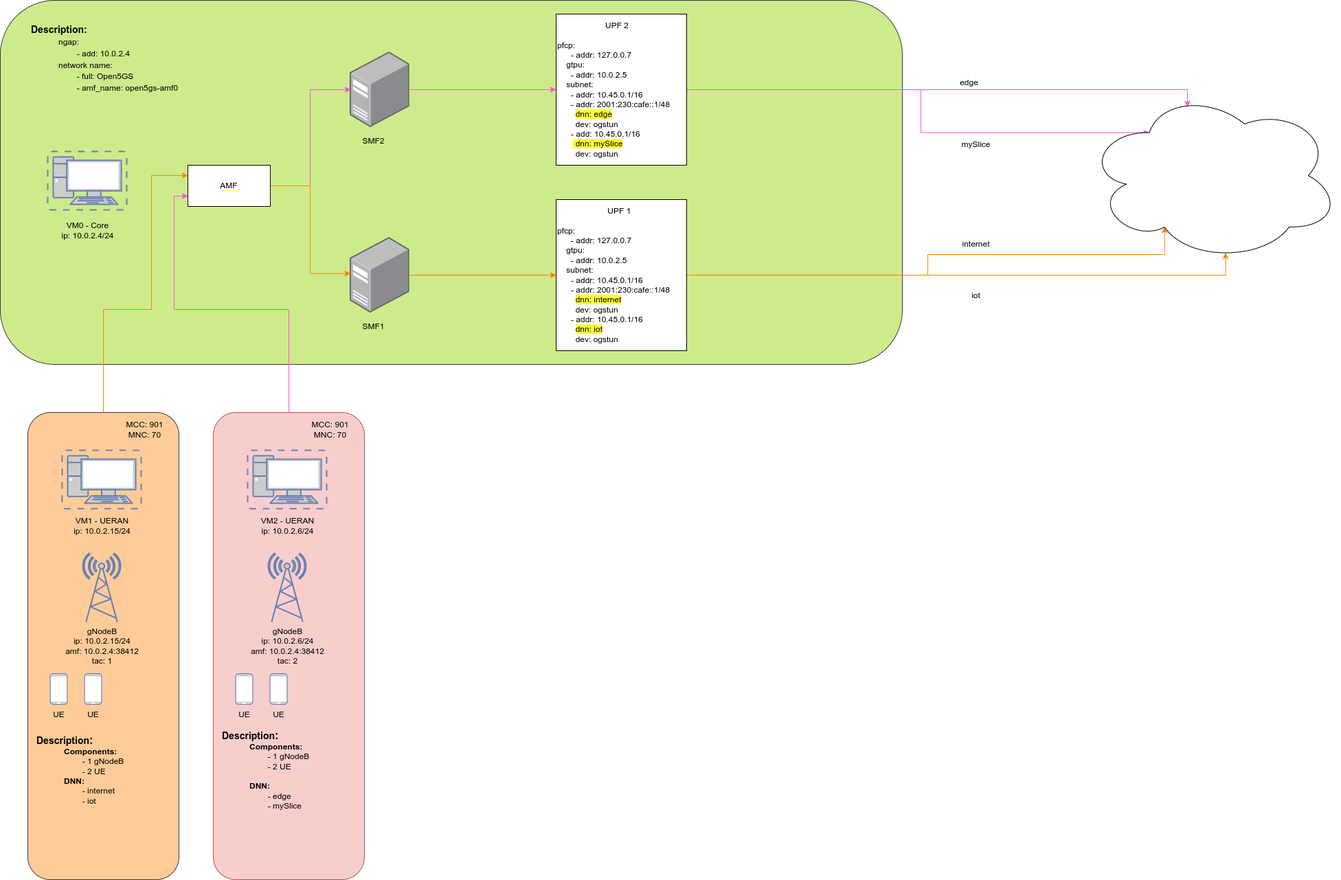
Above: Architecture.drawio.png in rodrigo740/5G-System (draw.io), before the change. Source tidied: cells renumbered, new cells last; positions are measured from the earlier drawing's top-left corner, leaving out a move shared by most shapes.
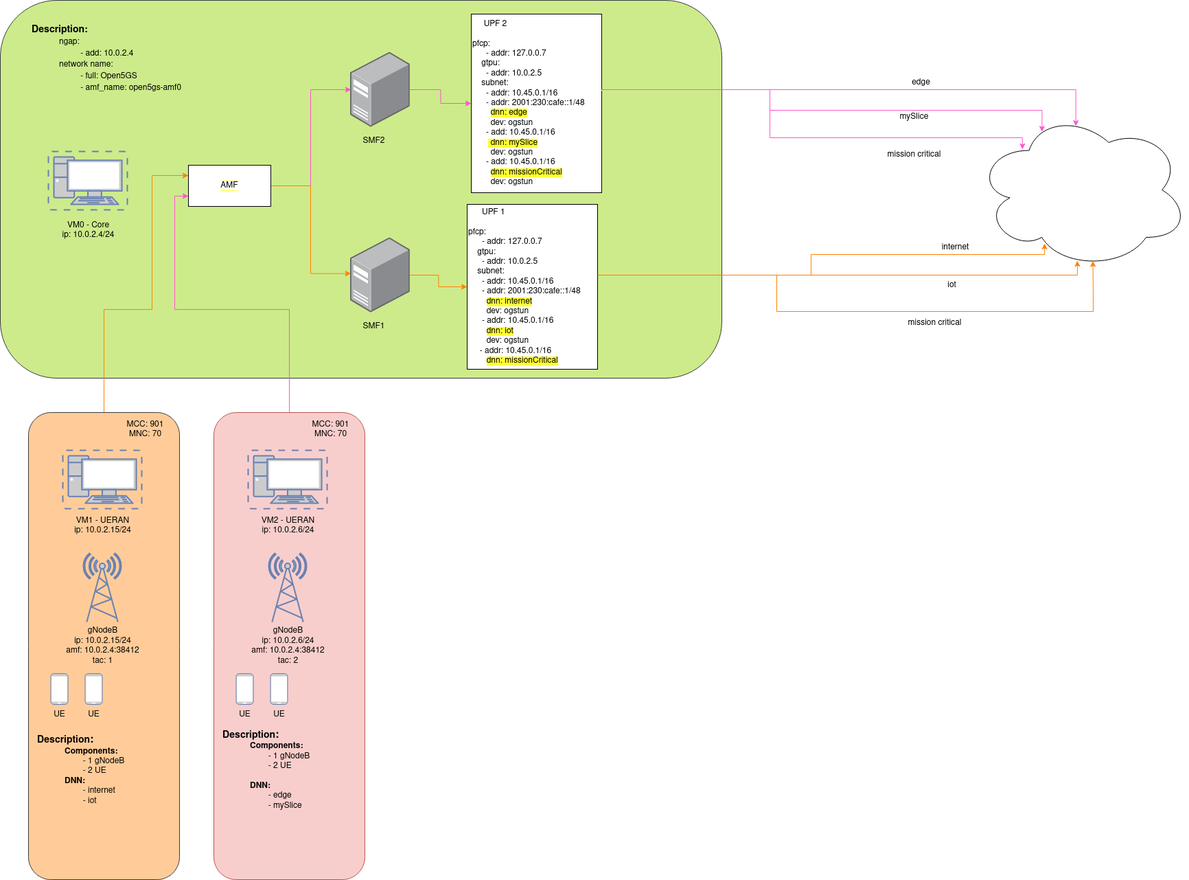
The same file after the commit.

Diff of the diagram source:
```diff
@@ -3,7 +3,7 @@
     <mxCell id="0" />
     <mxCell id="1" parent="0" />
     <mxCell id="2" style="rounded=1;whiteSpace=wrap;html=1;fontSize=14;fillColor=#cdeb8b;strokeColor=#36393d;" parent="1" vertex="1">
-      <mxGeometry width="1313" height="530" as="geometry" />
+      <mxGeometry x="-1" width="1051" height="550" as="geometry" />
     </mxCell>
     <mxCell id="3" style="edgeStyle=orthogonalEdgeStyle;rounded=0;jettySize=auto;html=1;entryX=0;entryY=0.25;entryDx=0;entryDy=0;exitX=0.5;exitY=0;exitDx=0;exitDy=0;strokeColor=#FF8000;" parent="1" edge="1" source="4" target="50">
       <mxGeometry relative="1" as="geometry">
@@ -104,24 +104,24 @@
     <mxCell id="33" value="UE" style="text;html=1;align=center;verticalAlign=middle;strokeColor=none;fillColor=none;" parent="31" vertex="1">
       <mxGeometry y="50" width="30" height="20" as="geometry" />
     </mxCell>
-    <mxCell id="34" style="edgeStyle=orthogonalEdgeStyle;rounded=0;jettySize=auto;html=1;entryX=0.31;entryY=0.8;entryDx=0;entryDy=0;entryPerimeter=0;fontColor=#000000;strokeColor=#FF8000;fillColor=#ffe6cc;" parent="1" edge="1" source="36" target="51">
+    <mxCell id="34" style="edgeStyle=orthogonalEdgeStyle;rounded=0;jettySize=auto;html=1;fontColor=#000000;strokeColor=#FF8000;fillColor=#ffe6cc;entryX=0.323;entryY=0.839;entryDx=0;entryDy=0;entryPerimeter=0;" parent="1" edge="1" source="36" target="51">
       <mxGeometry relative="1" as="geometry">
         <Array as="points">
-          <mxPoint x="1350" y="400" />
-          <mxPoint x="1350" y="370" />
-          <mxPoint x="1695" y="370" />
+          <mxPoint x="1180" y="400" />
+          <mxPoint x="1180" y="370" />
+          <mxPoint x="1520" y="370" />
         </Array>
       </mxGeometry>
     </mxCell>
-    <mxCell id="35" style="edgeStyle=orthogonalEdgeStyle;rounded=0;jettySize=auto;html=1;entryX=0.55;entryY=0.95;entryDx=0;entryDy=0;entryPerimeter=0;fontColor=#000000;strokeColor=#FF8000;" parent="1" edge="1" source="36" target="51">
+    <mxCell id="35" style="edgeStyle=orthogonalEdgeStyle;rounded=0;jettySize=auto;html=1;fontColor=#000000;strokeColor=#FF8000;entryX=0.477;entryY=0.948;entryDx=0;entryDy=0;entryPerimeter=0;" parent="1" edge="1" source="36" target="51">
       <mxGeometry relative="1" as="geometry">
         <Array as="points">
-          <mxPoint x="1784" y="400" />
+          <mxPoint x="1568" y="400" />
         </Array>
       </mxGeometry>
     </mxCell>
-    <mxCell id="36" value="&lt;span style=&quot;white-space: pre&quot;&gt;&#9;&lt;/span&gt;&lt;span style=&quot;white-space: pre&quot;&gt;&#9;&lt;/span&gt;&amp;nbsp; &amp;nbsp; &amp;nbsp; UPF 1&lt;br&gt;&lt;br&gt;&lt;div&gt;pfcp:&lt;/div&gt;&lt;div&gt;&amp;nbsp; &amp;nbsp; &amp;nbsp; - addr: 127.0.0.7&lt;/div&gt;&lt;div&gt;&amp;nbsp; &amp;nbsp; gtpu:&lt;/div&gt;&lt;div&gt;&amp;nbsp; &amp;nbsp; &amp;nbsp; - addr: 10.0.2.5&lt;/div&gt;&lt;div&gt;&amp;nbsp; &amp;nbsp; subnet:&lt;/div&gt;&lt;div&gt;&amp;nbsp; &amp;nbsp; &amp;nbsp; - addr: 10.45.0.1/16&lt;/div&gt;&lt;div&gt;&amp;nbsp; &amp;nbsp; &amp;nbsp; - addr: 2001:230:cafe::1/48&lt;/div&gt;&lt;div&gt;&amp;nbsp; &amp;nbsp; &amp;nbsp; &amp;nbsp; &lt;span style=&quot;background-color: rgb(255 , 255 , 51)&quot;&gt;dnn: internet&lt;/span&gt;&lt;/div&gt;&lt;div&gt;&amp;nbsp; &amp;nbsp; &amp;nbsp; &amp;nbsp; dev: ogstun&lt;/div&gt;&lt;div&gt;&amp;nbsp; &amp;nbsp; &amp;nbsp; - addr: 10.45.0.1/16&lt;/div&gt;&lt;div&gt;&lt;span style=&quot;background-color: rgb(255 , 255 , 255)&quot;&gt;&amp;nbsp; &amp;nbsp; &amp;nbsp; &amp;nbsp; &lt;/span&gt;&lt;span style=&quot;background-color: rgb(255 , 255 , 51)&quot;&gt;dnn: iot&lt;/span&gt;&lt;/div&gt;&lt;div&gt;&amp;nbsp; &amp;nbsp; &amp;nbsp; &amp;nbsp; dev: ogstun&lt;/div&gt;" style="rounded=0;whiteSpace=wrap;html=1;align=left;" parent="1" vertex="1">
-      <mxGeometry x="809" y="290" width="190" height="220" as="geometry" />
+    <mxCell id="36" value="&lt;span&gt;&#9;&lt;/span&gt;&lt;span&gt;&#9;&lt;/span&gt;&amp;nbsp; &amp;nbsp; &amp;nbsp; UPF 1&lt;br&gt;&lt;br&gt;&lt;div&gt;pfcp:&lt;/div&gt;&lt;div&gt;&amp;nbsp; &amp;nbsp; &amp;nbsp; - addr: 127.0.0.7&lt;/div&gt;&lt;div&gt;&amp;nbsp; &amp;nbsp; gtpu:&lt;/div&gt;&lt;div&gt;&amp;nbsp; &amp;nbsp; &amp;nbsp; - addr: 10.0.2.5&lt;/div&gt;&lt;div&gt;&amp;nbsp; &amp;nbsp; subnet:&lt;/div&gt;&lt;div&gt;&amp;nbsp; &amp;nbsp; &amp;nbsp; - addr: 10.45.0.1/16&lt;/div&gt;&lt;div&gt;&amp;nbsp; &amp;nbsp; &amp;nbsp; - addr: 2001:230:cafe::1/48&lt;/div&gt;&lt;div&gt;&amp;nbsp; &amp;nbsp; &amp;nbsp; &amp;nbsp; &lt;span style=&quot;background-color: rgb(255 , 255 , 51)&quot;&gt;dnn: internet&lt;/span&gt;&lt;/div&gt;&lt;div&gt;&amp;nbsp; &amp;nbsp; &amp;nbsp; &amp;nbsp; dev: ogstun&lt;/div&gt;&lt;div&gt;&amp;nbsp; &amp;nbsp; &amp;nbsp; - addr: 10.45.0.1/16&lt;/div&gt;&lt;div&gt;&lt;span style=&quot;background-color: rgb(255 , 255 , 255)&quot;&gt;&amp;nbsp; &amp;nbsp; &amp;nbsp; &amp;nbsp; &lt;/span&gt;&lt;span style=&quot;background-color: rgb(255 , 255 , 51)&quot;&gt;dnn: iot&lt;/span&gt;&lt;/div&gt;&lt;div&gt;&amp;nbsp; &amp;nbsp; &amp;nbsp; &amp;nbsp; dev: ogstun&lt;/div&gt;&lt;div&gt;&amp;nbsp;&amp;nbsp;&amp;nbsp;&amp;nbsp; - addr: 10.45.0.1/16&lt;/div&gt;&lt;div&gt;&lt;span style=&quot;white-space: pre&quot;&gt;&#9;&lt;/span&gt;&lt;span style=&quot;background-color: rgb(255 , 255 , 51)&quot;&gt;dnn: missionCritical&lt;/span&gt;&lt;br&gt;&lt;/div&gt;" style="rounded=0;whiteSpace=wrap;html=1;align=left;" parent="1" vertex="1">
+      <mxGeometry x="679" y="297" width="190" height="240" as="geometry" />
     </mxCell>
     <mxCell id="37" style="group;" parent="1" vertex="1">
       <mxGeometry x="509" y="345" width="86.8" height="140" as="geometry" />
@@ -141,23 +141,24 @@
     <mxCell id="42" value="SMF2" style="text;html=1;align=center;verticalAlign=middle;strokeColor=none;fillColor=none;" parent="40" vertex="1">
       <mxGeometry x="9" y="120" width="50" height="20" as="geometry" />
     </mxCell>
-    <mxCell id="43" style="edgeStyle=orthogonalEdgeStyle;rounded=0;jettySize=auto;html=1;entryX=0.4;entryY=0.1;entryDx=0;entryDy=0;entryPerimeter=0;fontColor=#000000;strokeColor=#FF52D1;" parent="1" edge="1" source="45" target="51">
+    <mxCell id="43" style="edgeStyle=orthogonalEdgeStyle;rounded=0;jettySize=auto;html=1;fontColor=#000000;strokeColor=#FF52D1;entryX=0.47;entryY=0.096;entryDx=0;entryDy=0;entryPerimeter=0;" parent="1" edge="1" source="45" target="51">
       <mxGeometry relative="1" as="geometry">
         <Array as="points">
-          <mxPoint x="1728" y="130" />
+          <mxPoint x="1566" y="130" />
         </Array>
       </mxGeometry>
     </mxCell>
-    <mxCell id="44" style="edgeStyle=orthogonalEdgeStyle;rounded=0;jettySize=auto;html=1;entryX=0.25;entryY=0.25;entryDx=0;entryDy=0;entryPerimeter=0;fontColor=#000000;strokeColor=#FF52D1;" parent="1" edge="1" source="45" target="51">
+    <mxCell id="44" style="edgeStyle=orthogonalEdgeStyle;rounded=0;jettySize=auto;html=1;fontColor=#000000;strokeColor=#FF52D1;entryX=0.311;entryY=0.132;entryDx=0;entryDy=0;entryPerimeter=0;" parent="1" edge="1" source="45" target="51">
       <mxGeometry relative="1" as="geometry">
         <Array as="points">
-          <mxPoint x="1340" y="130" />
-          <mxPoint x="1340" y="192" />
+          <mxPoint x="1120" y="130" />
+          <mxPoint x="1120" y="160" />
+          <mxPoint x="1516" y="160" />
         </Array>
       </mxGeometry>
     </mxCell>
-    <mxCell id="45" value="&lt;span style=&quot;white-space: pre&quot;&gt;&#9;&lt;/span&gt;&lt;span style=&quot;white-space: pre&quot;&gt;&#9;&lt;/span&gt;&amp;nbsp; &amp;nbsp; &amp;nbsp;UPF 2&lt;br&gt;&lt;br&gt;&lt;div&gt;&lt;div&gt;pfcp:&lt;/div&gt;&lt;div&gt;&amp;nbsp; &amp;nbsp; &amp;nbsp; - addr: 127.0.0.7&lt;/div&gt;&lt;div&gt;&amp;nbsp; &amp;nbsp; gtpu:&lt;/div&gt;&lt;div&gt;&amp;nbsp; &amp;nbsp; &amp;nbsp; - addr: 10.0.2.5&lt;/div&gt;&lt;div&gt;&amp;nbsp; &amp;nbsp; subnet:&lt;/div&gt;&lt;div&gt;&amp;nbsp; &amp;nbsp; &amp;nbsp; - addr: 10.45.0.1/16&lt;/div&gt;&lt;div&gt;&amp;nbsp; &amp;nbsp; &amp;nbsp; - addr: 2001:230:cafe::1/48&lt;/div&gt;&lt;div&gt;&amp;nbsp; &amp;nbsp; &amp;nbsp; &amp;nbsp; &lt;span style=&quot;background-color: rgb(255 , 255 , 51)&quot;&gt;dnn: edge&lt;/span&gt;&lt;/div&gt;&lt;div&gt;&amp;nbsp; &amp;nbsp; &amp;nbsp; &amp;nbsp; dev: ogstun&lt;/div&gt;&lt;div&gt;&amp;nbsp; &amp;nbsp; &amp;nbsp; - add: 10.45.0.1/16&lt;/div&gt;&lt;div&gt;&amp;nbsp; &amp;nbsp; &amp;nbsp; &amp;nbsp;&lt;span style=&quot;background-color: rgb(255 , 255 , 51)&quot;&gt; dnn: mySlice&lt;/span&gt;&lt;/div&gt;&lt;div&gt;&amp;nbsp; &amp;nbsp; &amp;nbsp; &amp;nbsp; dev: ogstun&lt;/div&gt;&lt;/div&gt;" style="rounded=0;whiteSpace=wrap;html=1;align=left;" parent="1" vertex="1">
-      <mxGeometry x="809" y="20" width="190" height="220" as="geometry" />
+    <mxCell id="45" value="&lt;span&gt;&#9;&lt;/span&gt;&lt;span&gt;&#9;&lt;/span&gt;&amp;nbsp; &amp;nbsp; &amp;nbsp;UPF 2&lt;br&gt;&lt;br&gt;&lt;div&gt;&lt;div&gt;pfcp:&lt;/div&gt;&lt;div&gt;&amp;nbsp; &amp;nbsp; &amp;nbsp; - addr: 127.0.0.7&lt;/div&gt;&lt;div&gt;&amp;nbsp; &amp;nbsp; gtpu:&lt;/div&gt;&lt;div&gt;&amp;nbsp; &amp;nbsp; &amp;nbsp; - addr: 10.0.2.5&lt;/div&gt;&lt;div&gt;&amp;nbsp; &amp;nbsp; subnet:&lt;/div&gt;&lt;div&gt;&amp;nbsp; &amp;nbsp; &amp;nbsp; - addr: 10.45.0.1/16&lt;/div&gt;&lt;div&gt;&amp;nbsp; &amp;nbsp; &amp;nbsp; - addr: 2001:230:cafe::1/48&lt;/div&gt;&lt;div&gt;&amp;nbsp; &amp;nbsp; &amp;nbsp; &amp;nbsp; &lt;span style=&quot;background-color: rgb(255 , 255 , 51)&quot;&gt;dnn: edge&lt;/span&gt;&lt;/div&gt;&lt;div&gt;&amp;nbsp; &amp;nbsp; &amp;nbsp; &amp;nbsp; dev: ogstun&lt;/div&gt;&lt;div&gt;&amp;nbsp; &amp;nbsp; &amp;nbsp; - add: 10.45.0.1/16&lt;/div&gt;&lt;div&gt;&amp;nbsp; &amp;nbsp; &amp;nbsp; &amp;nbsp;&lt;span style=&quot;background-color: rgb(255 , 255 , 51)&quot;&gt; dnn: mySlice&lt;/span&gt;&lt;/div&gt;&lt;div&gt;&amp;nbsp; &amp;nbsp; &amp;nbsp; &amp;nbsp; dev: ogstun&lt;/div&gt;&lt;div&gt;&amp;nbsp;&amp;nbsp;&amp;nbsp;&amp;nbsp;&amp;nbsp; - add: 10.45.0.1/16&lt;/div&gt;&lt;div&gt;&lt;span style=&quot;white-space: pre&quot;&gt;&#9;&lt;/span&gt;&lt;span&gt;&lt;/span&gt;&lt;span style=&quot;background-color: rgb(255 , 255 , 51)&quot;&gt;dnn: missionCritical&lt;/span&gt;&lt;/div&gt;&lt;div&gt;&lt;span style=&quot;white-space: pre&quot;&gt;&#9;&lt;/span&gt;dev: ogstun&lt;br&gt;&lt;/div&gt;&lt;/div&gt;" style="rounded=0;whiteSpace=wrap;html=1;align=left;" parent="1" vertex="1">
+      <mxGeometry x="685" y="20" width="190" height="260" as="geometry" />
     </mxCell>
     <mxCell id="46" style="edgeStyle=orthogonalEdgeStyle;rounded=0;jettySize=auto;html=1;entryX=0;entryY=0.5;entryDx=0;entryDy=0;strokeColor=#FF8000;" parent="1" edge="1" source="38" target="36">
       <mxGeometry relative="1" as="geometry" />
@@ -175,19 +176,45 @@
       <mxGeometry x="273" y="240" width="120" height="60" as="geometry" />
     </mxCell>
     <mxCell id="51" style="ellipse;shape=cloud;whiteSpace=wrap;html=1;labelBackgroundColor=#FFFFFF;fontColor=#000000;" parent="1" vertex="1">
-      <mxGeometry x="1580" y="130" width="370" height="250" as="geometry" />
+      <mxGeometry x="1420" y="161" width="310" height="230" as="geometry" />
     </mxCell>
     <mxCell id="52" value="internet" style="text;html=1;align=center;verticalAlign=middle;strokeColor=none;fillColor=none;fontColor=#000000;" parent="1" vertex="1">
-      <mxGeometry x="1390" y="345" width="60" height="20" as="geometry" />
+      <mxGeometry x="1360" y="350" width="60" height="20" as="geometry" />
     </mxCell>
     <mxCell id="53" value="iot" style="text;html=1;align=center;verticalAlign=middle;strokeColor=none;fillColor=none;fontColor=#000000;" parent="1" vertex="1">
-      <mxGeometry x="1405" y="420" width="30" height="20" as="geometry" />
+      <mxGeometry x="1370" y="405" width="30" height="20" as="geometry" />
     </mxCell>
     <mxCell id="54" value="edge" style="text;html=1;align=center;verticalAlign=middle;strokeColor=none;fillColor=none;fontColor=#000000;" parent="1" vertex="1">
-      <mxGeometry x="1390" y="110" width="40" height="20" as="geometry" />
+      <mxGeometry x="1320" y="110" width="40" height="20" as="geometry" />
     </mxCell>
     <mxCell id="55" value="mySlice" style="text;html=1;align=center;verticalAlign=middle;strokeColor=none;fillColor=none;fontColor=#000000;" parent="1" vertex="1">
-      <mxGeometry x="1390" y="200" width="60" height="20" as="geometry" />
+      <mxGeometry x="1300" y="160" width="60" height="20" as="geometry" />
     </mxCell>
+    <mxCell id="56" style="edgeStyle=orthogonalEdgeStyle;rounded=0;jettySize=auto;html=1;fontColor=#000000;strokeColor=#FF52D1;exitX=1;exitY=0.431;exitDx=0;exitDy=0;exitPerimeter=0;entryX=0.219;entryY=0.243;entryDx=0;entryDy=0;entryPerimeter=0;" parent="1" edge="1" source="45" target="51">
+      <mxGeometry relative="1" as="geometry">
+        <Array as="points">
+          <mxPoint x="875" y="130" />
+          <mxPoint x="1120" y="130" />
+          <mxPoint x="1120" y="200" />
+          <mxPoint x="1488" y="200" />
+        </Array>
+      </mxGeometry>
+    </mxCell>
+    <mxCell id="57" value="mission critical" style="text;html=1;align=center;verticalAlign=middle;strokeColor=none;fillColor=none;" parent="1" vertex="1">
+      <mxGeometry x="1285" y="215" width="90" height="20" as="geometry" />
+    </mxCell>
+    <mxCell id="58" style="edgeStyle=orthogonalEdgeStyle;rounded=0;jettySize=auto;html=1;fontColor=#000000;strokeColor=#FF8000;exitX=1;exitY=0.429;exitDx=0;exitDy=0;exitPerimeter=0;entryX=0.55;entryY=0.95;entryDx=0;entryDy=0;entryPerimeter=0;" parent="1" edge="1" source="36" target="51">
+      <mxGeometry relative="1" as="geometry">
+        <Array as="points">
+          <mxPoint x="1130" y="400" />
+          <mxPoint x="1130" y="453" />
+          <mxPoint x="1591" y="453" />
+          <mxPoint x="1591" y="430" />
+        </Array>
+      </mxGeometry>
+    </mxCell>
+    <mxCell id="59" value="mission critical" style="text;html=1;align=center;verticalAlign=middle;strokeColor=none;fillColor=none;" parent="1" vertex="1">
+      <mxGeometry x="1315" y="460" width="90" height="20" as="geometry" />
+    </mxCell>
   </root>
 </mxGraphModel>
```
